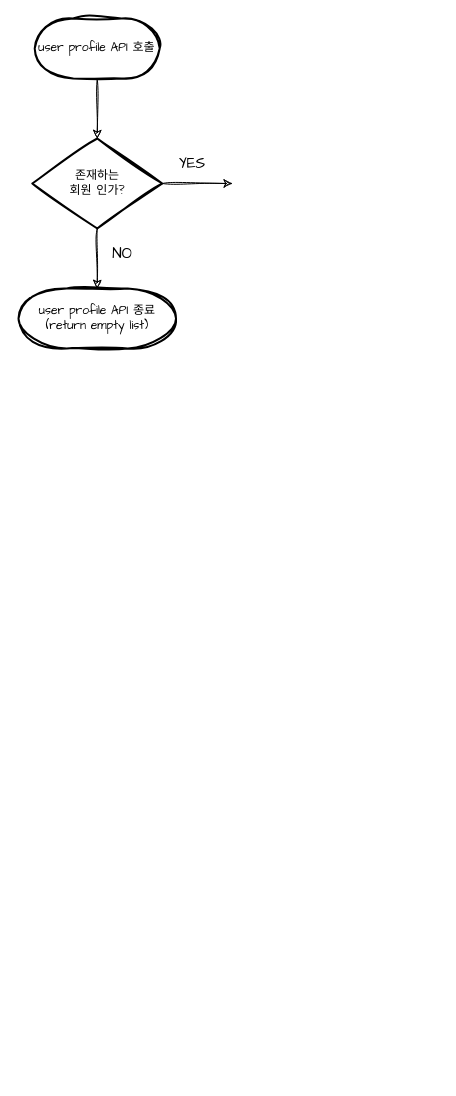
Before: user_profile.drawio in k1mtaeye07/nile, a draw.io diagram. Source tidied: cells renumbered, new cells numbered last; positions are measured from the earlier drawing's top-left corner, leaving out a move shared by most shapes. Both pictures are drawn from the tidied source at 100%, with x=0, y=0 at pixel (18, 18).
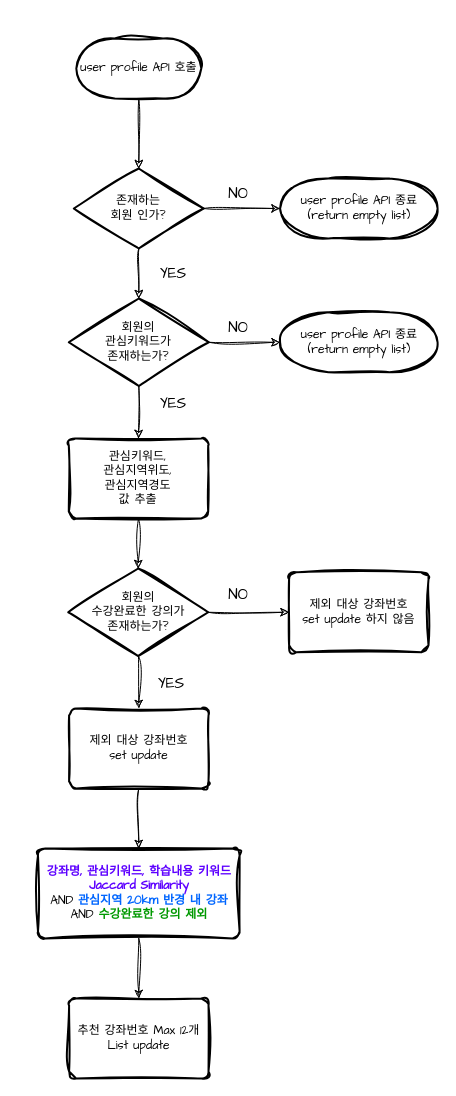
The same page after the edit.

The edit, as a diff of the source:
```diff
@@
     <mxCell id="2" value="user profile API 호출" style="strokeWidth=2;html=1;shape=mxgraph.flowchart.terminator;whiteSpace=wrap;sketch=1;hachureGap=4;jiggle=2;curveFitting=1;fontFamily=Architects Daughter;labelBackgroundColor=none;fontStyle=0;" parent="1" vertex="1">
-      <mxGeometry x="16.2" width="125" height="60" as="geometry" />
+      <mxGeometry x="57.8" y="20" width="125" height="60" as="geometry" />
     </mxCell>
@@
     <mxCell id="4" value="존재하는&lt;div&gt;회원 인가?&lt;/div&gt;" style="strokeWidth=2;html=1;shape=mxgraph.flowchart.decision;whiteSpace=wrap;sketch=1;hachureGap=4;jiggle=2;curveFitting=1;fontFamily=Architects Daughter;" parent="1" vertex="1">
-      <mxGeometry x="13.8" y="120" width="130" height="90" as="geometry" />
+      <mxGeometry x="55.3" y="150" width="130" height="80" as="geometry" />
     </mxCell>
-    <mxCell id="5" style="endArrow=classic;html=1;rounded=0;sketch=1;hachureGap=4;jiggle=2;curveFitting=1;fontFamily=Architects Daughter;exitX=1;exitY=0.5;exitDx=0;exitDy=0;exitPerimeter=0;" parent="1" edge="1" source="4">
-      <mxGeometry relative="1" as="geometry">
-        <mxPoint x="213.8" y="165" as="targetPoint" />
-      </mxGeometry>
+    <mxCell id="5" style="endArrow=classic;html=1;rounded=0;sketch=1;hachureGap=4;jiggle=2;curveFitting=1;fontFamily=Architects Daughter;exitX=1;exitY=0.5;exitDx=0;exitDy=0;exitPerimeter=0;entryX=0;entryY=0.5;entryDx=0;entryDy=0;entryPerimeter=0;" parent="1" edge="1" source="4" target="9">
+      <mxGeometry relative="1" as="geometry" />
     </mxCell>
     <mxCell id="6" value="YES" style="text;html=1;align=center;verticalAlign=middle;whiteSpace=wrap;rounded=0;fontFamily=Architects Daughter;fontSize=15;" parent="1" vertex="1">
-      <mxGeometry x="143.8" y="130" width="60" height="30" as="geometry" />
+      <mxGeometry x="125.3" y="240" width="60" height="30" as="geometry" />
     </mxCell>
     <mxCell id="7" value="NO" style="text;html=1;align=center;verticalAlign=middle;whiteSpace=wrap;rounded=0;fontFamily=Architects Daughter;fontSize=15;" parent="1" vertex="1">
-      <mxGeometry x="73.8" y="220" width="60" height="30" as="geometry" />
+      <mxGeometry x="190.3" y="293.8" width="60" height="30" as="geometry" />
     </mxCell>
-    <mxCell id="8" style="endArrow=classic;html=1;rounded=0;sketch=1;hachureGap=4;jiggle=2;curveFitting=1;fontFamily=Architects Daughter;exitX=0.5;exitY=1;exitDx=0;exitDy=0;exitPerimeter=0;entryX=0.5;entryY=0;entryDx=0;entryDy=0;entryPerimeter=0;" parent="1" edge="1" source="4" target="9">
+    <mxCell id="8" style="endArrow=classic;html=1;rounded=0;sketch=1;hachureGap=4;jiggle=2;curveFitting=1;fontFamily=Architects Daughter;exitX=0.5;exitY=1;exitDx=0;exitDy=0;exitPerimeter=0;entryX=0.5;entryY=0;entryDx=0;entryDy=0;entryPerimeter=0;" parent="1" edge="1" source="4" target="10">
       <mxGeometry relative="1" as="geometry" />
     </mxCell>
     <mxCell id="9" value="user profile API&amp;nbsp;&lt;span style=&quot;background-color: initial;&quot;&gt;종료&lt;/span&gt;&lt;div&gt;&lt;span style=&quot;background-color: initial;&quot;&gt;(return empty list)&lt;/span&gt;&lt;/div&gt;" style="strokeWidth=2;html=1;shape=mxgraph.flowchart.terminator;whiteSpace=wrap;sketch=1;hachureGap=4;jiggle=2;curveFitting=1;fontFamily=Architects Daughter;" parent="1" vertex="1">
-      <mxGeometry y="270" width="157.5" height="60" as="geometry" />
+      <mxGeometry x="261.6" y="160" width="157.5" height="60" as="geometry" />
     </mxCell>
+    <mxCell id="10" value="회원의&lt;div&gt;관심키워드가&lt;div&gt;존재하는가?&lt;/div&gt;&lt;/div&gt;" style="strokeWidth=2;html=1;shape=mxgraph.flowchart.decision;whiteSpace=wrap;sketch=1;hachureGap=4;jiggle=2;curveFitting=1;fontFamily=Architects Daughter;" parent="1" vertex="1">
+      <mxGeometry x="50.3" y="280" width="140" height="87.5" as="geometry" />
+    </mxCell>
+    <mxCell id="11" style="endArrow=classic;html=1;rounded=0;sketch=1;hachureGap=4;jiggle=2;curveFitting=1;fontFamily=Architects Daughter;exitX=1;exitY=0.5;exitDx=0;exitDy=0;exitPerimeter=0;entryX=0;entryY=0.5;entryDx=0;entryDy=0;entryPerimeter=0;" parent="1" edge="1" source="10" target="15">
+      <mxGeometry relative="1" as="geometry" />
+    </mxCell>
+    <mxCell id="12" value="YES" style="text;html=1;align=center;verticalAlign=middle;whiteSpace=wrap;rounded=0;fontFamily=Architects Daughter;fontSize=15;" parent="1" vertex="1">
+      <mxGeometry x="125.3" y="370" width="60" height="30" as="geometry" />
+    </mxCell>
+    <mxCell id="13" value="NO" style="text;html=1;align=center;verticalAlign=middle;whiteSpace=wrap;rounded=0;fontFamily=Architects Daughter;fontSize=15;" parent="1" vertex="1">
+      <mxGeometry x="190.3" y="160" width="60" height="30" as="geometry" />
+    </mxCell>
+    <mxCell id="14" style="endArrow=classic;html=1;rounded=0;sketch=1;hachureGap=4;jiggle=2;curveFitting=1;fontFamily=Architects Daughter;exitX=0.5;exitY=1;exitDx=0;exitDy=0;exitPerimeter=0;entryX=0.5;entryY=0;entryDx=0;entryDy=0;" parent="1" edge="1" source="10" target="16">
+      <mxGeometry relative="1" as="geometry" />
+    </mxCell>
+    <mxCell id="15" value="user profile API&amp;nbsp;&lt;span style=&quot;background-color: initial;&quot;&gt;종료&lt;/span&gt;&lt;div&gt;&lt;span style=&quot;background-color: initial;&quot;&gt;(return empty list)&lt;/span&gt;&lt;/div&gt;" style="strokeWidth=2;html=1;shape=mxgraph.flowchart.terminator;whiteSpace=wrap;sketch=1;hachureGap=4;jiggle=2;curveFitting=1;fontFamily=Architects Daughter;" parent="1" vertex="1">
+      <mxGeometry x="261.6" y="293.8" width="157.5" height="60" as="geometry" />
+    </mxCell>
+    <mxCell id="16" value="관심키워드,&lt;div&gt;관심지역위도,&lt;/div&gt;&lt;div&gt;관심지역경도&lt;/div&gt;&lt;div&gt;값 추출&lt;/div&gt;" style="rounded=1;whiteSpace=wrap;html=1;absoluteArcSize=1;arcSize=14;strokeWidth=2;sketch=1;hachureGap=4;jiggle=2;curveFitting=1;fontFamily=Architects Daughter;" parent="1" vertex="1">
+      <mxGeometry x="50.3" y="420" width="139.4" height="80" as="geometry" />
+    </mxCell>
+    <mxCell id="17" style="endArrow=classic;html=1;rounded=0;sketch=1;hachureGap=4;jiggle=2;curveFitting=1;fontFamily=Architects Daughter;exitX=0.5;exitY=1;exitDx=0;exitDy=0;entryX=0.5;entryY=0;entryDx=0;entryDy=0;entryPerimeter=0;" parent="1" edge="1" source="16" target="18">
+      <mxGeometry relative="1" as="geometry" />
+    </mxCell>
+    <mxCell id="18" value="회원의&lt;div&gt;수강완료한&amp;nbsp;&lt;span style=&quot;background-color: initial;&quot;&gt;강의가&lt;/span&gt;&lt;/div&gt;&lt;div&gt;&lt;span style=&quot;background-color: initial;&quot;&gt;존재하는가?&lt;/span&gt;&lt;/div&gt;" style="strokeWidth=2;html=1;shape=mxgraph.flowchart.decision;whiteSpace=wrap;sketch=1;hachureGap=4;jiggle=2;curveFitting=1;fontFamily=Architects Daughter;" parent="1" vertex="1">
+      <mxGeometry x="49.7" y="550" width="140" height="87.5" as="geometry" />
+    </mxCell>
+    <mxCell id="19" value="YES" style="text;html=1;align=center;verticalAlign=middle;whiteSpace=wrap;rounded=0;fontFamily=Architects Daughter;fontSize=15;" parent="1" vertex="1">
+      <mxGeometry x="122.8" y="650" width="60" height="30" as="geometry" />
+    </mxCell>
+    <mxCell id="20" style="endArrow=classic;html=1;rounded=0;sketch=1;hachureGap=4;jiggle=2;curveFitting=1;fontFamily=Architects Daughter;entryX=0.5;entryY=0;entryDx=0;entryDy=0;" parent="1" edge="1" source="18" target="24">
+      <mxGeometry relative="1" as="geometry" />
+    </mxCell>
+    <mxCell id="21" style="endArrow=classic;html=1;rounded=0;sketch=1;hachureGap=4;jiggle=2;curveFitting=1;fontFamily=Architects Daughter;exitX=1;exitY=0.5;exitDx=0;exitDy=0;exitPerimeter=0;entryX=0;entryY=0.5;entryDx=0;entryDy=0;" parent="1" edge="1" source="18" target="23">
+      <mxGeometry relative="1" as="geometry" />
+    </mxCell>
+    <mxCell id="22" value="NO" style="text;html=1;align=center;verticalAlign=middle;whiteSpace=wrap;rounded=0;fontFamily=Architects Daughter;fontSize=15;" parent="1" vertex="1">
+      <mxGeometry x="189.7" y="561" width="60" height="30" as="geometry" />
+    </mxCell>
+    <mxCell id="23" value="제외 대상 강좌번호&lt;div&gt;set update 하지 않음&lt;/div&gt;" style="rounded=1;whiteSpace=wrap;html=1;absoluteArcSize=1;arcSize=14;strokeWidth=2;sketch=1;hachureGap=4;jiggle=2;curveFitting=1;fontFamily=Architects Daughter;" parent="1" vertex="1">
+      <mxGeometry x="270.6" y="553.8" width="139.4" height="80" as="geometry" />
+    </mxCell>
+    <mxCell id="24" value="제외 대상 강좌번호&lt;div&gt;set update&lt;/div&gt;" style="rounded=1;whiteSpace=wrap;html=1;absoluteArcSize=1;arcSize=14;strokeWidth=2;sketch=1;hachureGap=4;jiggle=2;curveFitting=1;fontFamily=Architects Daughter;" parent="1" vertex="1">
+      <mxGeometry x="50.6" y="690" width="139.4" height="80" as="geometry" />
+    </mxCell>
+    <mxCell id="25" value="&lt;font color=&quot;#5d00ff&quot;&gt;&lt;b&gt;강좌명, 관심키워드, 학습내용 키워드 Jaccard Similarity&lt;/b&gt;&lt;/font&gt;&lt;div&gt;AND &lt;font color=&quot;#0066ff&quot;&gt;&lt;b&gt;관심지역 20km 반경 내 강좌&lt;/b&gt;&lt;/font&gt;&lt;/div&gt;&lt;div&gt;&lt;span style=&quot;background-color: initial;&quot;&gt;AND &lt;font color=&quot;#009900&quot;&gt;&lt;b&gt;수강완료한 강의 제외&lt;/b&gt;&lt;/font&gt;&lt;/span&gt;&lt;/div&gt;" style="rounded=1;whiteSpace=wrap;html=1;absoluteArcSize=1;arcSize=14;strokeWidth=2;sketch=1;hachureGap=4;jiggle=2;curveFitting=1;fontFamily=Architects Daughter;" parent="1" vertex="1">
+      <mxGeometry x="19.5" y="830" width="201.6" height="90" as="geometry" />
+    </mxCell>
+    <mxCell id="26" style="endArrow=classic;html=1;rounded=0;sketch=1;hachureGap=4;jiggle=2;curveFitting=1;fontFamily=Architects Daughter;entryX=0.5;entryY=0;entryDx=0;entryDy=0;exitX=0.5;exitY=1;exitDx=0;exitDy=0;" parent="1" edge="1" source="24" target="25">
+      <mxGeometry relative="1" as="geometry" />
+    </mxCell>
+    <mxCell id="27" style="endArrow=classic;html=1;rounded=0;sketch=1;hachureGap=4;jiggle=2;curveFitting=1;fontFamily=Architects Daughter;exitX=0.5;exitY=1;exitDx=0;exitDy=0;entryX=0.5;entryY=0;entryDx=0;entryDy=0;" parent="1" edge="1" source="25" target="28">
+      <mxGeometry relative="1" as="geometry" />
+    </mxCell>
+    <mxCell id="28" value="추천 강좌번호 Max 12개&lt;div&gt;List update&lt;/div&gt;" style="rounded=1;whiteSpace=wrap;html=1;absoluteArcSize=1;arcSize=14;strokeWidth=2;sketch=1;hachureGap=4;jiggle=2;curveFitting=1;fontFamily=Architects Daughter;" parent="1" vertex="1">
+      <mxGeometry x="50.6" y="980" width="139.4" height="80" as="geometry" />
+    </mxCell>
```
